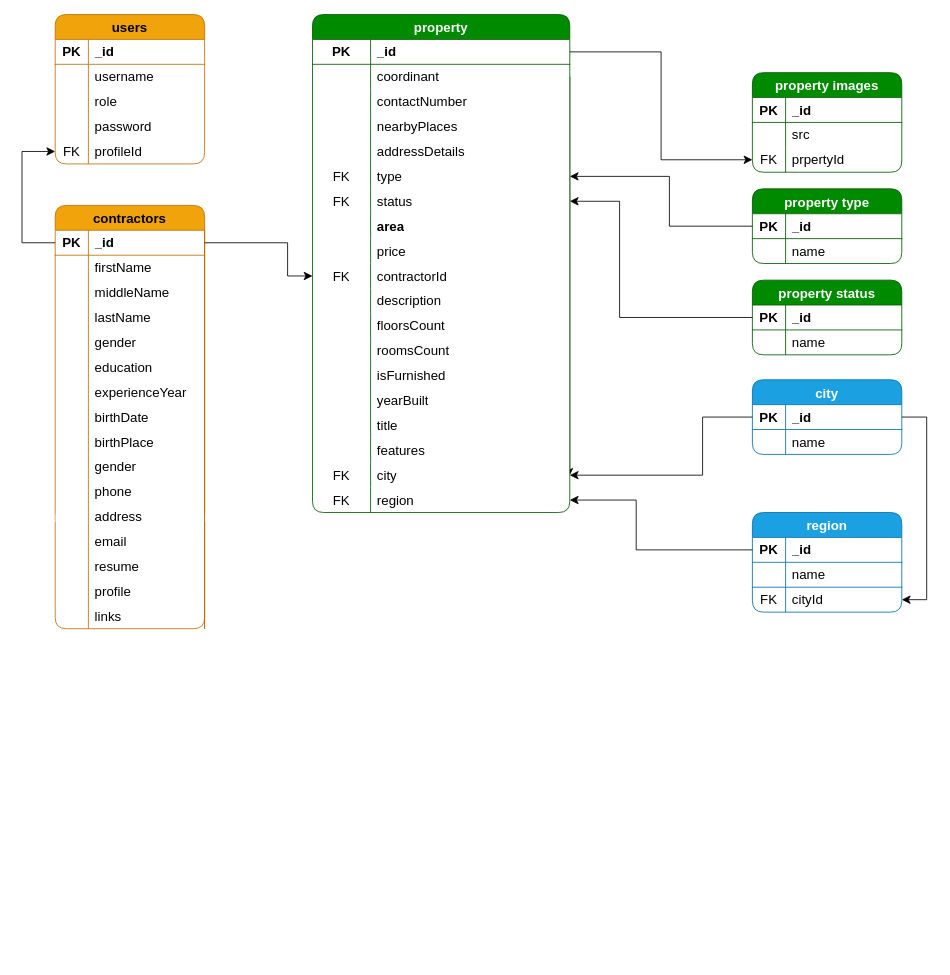
This is ERDS.dio from diyar-direk/real-state-apis, a draw.io file, before an edit. Source tidied: cells renumbered, new cells numbered last; positions are measured from the earlier drawing's top-left corner, leaving out a move shared by most shapes. Both pictures are drawn from the tidied source at 83%, with x=0, y=0 at pixel (22, 14).
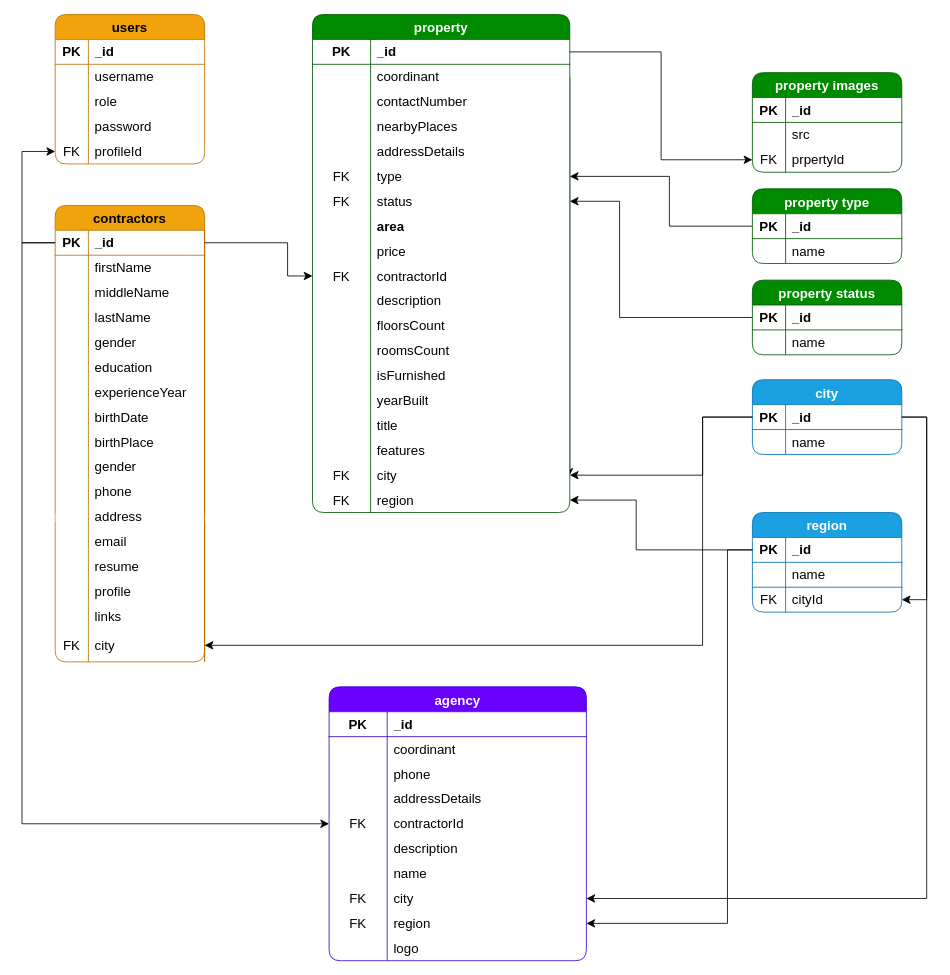
Above is the later version.

The change refers to these unchanged cells:
```xml
<mxCell id="20" style="shape=tableRow;horizontal=0;startSize=0;swimlaneHead=0;swimlaneBody=0;top=0;left=0;bottom=1;right=0;fillColor=none;points=[[0,0.5],[1,0.5]];portConstraint=eastwest;strokeColor=inherit;fontSize=16;absoluteArcSize=0;noLabel=0;" parent="19" vertex="1">
  <mxGeometry y="30" width="180" height="30" as="geometry" />
</mxCell>
<mxCell id="27" style="shape=tableRow;horizontal=0;startSize=0;swimlaneHead=0;swimlaneBody=0;top=0;left=0;bottom=1;right=0;fillColor=none;points=[[0,0.5],[1,0.5]];portConstraint=eastwest;strokeColor=inherit;fontSize=16;absoluteArcSize=0;noLabel=0;" parent="26" vertex="1">
  <mxGeometry y="30" width="180" height="30" as="geometry" />
</mxCell>
<mxCell id="96" style="shape=tableRow;horizontal=0;startSize=0;swimlaneHead=0;swimlaneBody=0;top=0;left=0;bottom=1;right=0;fillColor=none;points=[[0,0.5],[1,0.5]];portConstraint=eastwest;strokeColor=inherit;fontSize=16;absoluteArcSize=0;noLabel=0;" parent="95" vertex="1">
  <mxGeometry y="30" width="180" height="30" as="geometry" />
</mxCell>
```

The edit, as a diff of the source:
```diff
@@
     <mxCell id="95" value="contractors" style="shape=table;startSize=30;childLayout=tableLayout;rowLines=0;fontStyle=1;strokeColor=#BD7000;fontSize=16;fillColor=#f0a30a;swimlaneFillColor=default;rounded=1;swimlaneLine=1;shadow=0;columnLines=1;arcSize=15;fontColor=default;" parent="1" vertex="1">
-      <mxGeometry x="40" y="230" width="180" height="510" as="geometry" />
+      <mxGeometry x="40" y="230" width="180" height="550" as="geometry" />
     </mxCell>
@@
+    <mxCell id="185" style="shape=tableRow;horizontal=0;startSize=0;swimlaneHead=0;swimlaneBody=0;top=0;left=0;bottom=0;right=0;fillColor=none;points=[[0,0.5],[1,0.5]];portConstraint=eastwest;strokeColor=inherit;fontSize=16;" parent="95" vertex="1">
+      <mxGeometry y="510" width="180" height="40" as="geometry" />
+    </mxCell>
+    <mxCell id="186" value="FK" style="shape=partialRectangle;html=1;whiteSpace=wrap;fillColor=none;top=0;left=0;bottom=0;right=0;overflow=hidden;strokeColor=inherit;fontSize=16;" parent="185" vertex="1">
+      <mxGeometry width="40" height="40" as="geometry" />
+    </mxCell>
+    <mxCell id="187" value="city" style="shape=partialRectangle;html=1;whiteSpace=wrap;fillColor=none;top=0;left=0;bottom=0;right=0;align=left;spacingLeft=6;overflow=hidden;strokeColor=inherit;fontSize=16;labelBackgroundColor=none;labelBorderColor=none;textShadow=0;fontStyle=0;" parent="185" vertex="1">
+      <mxGeometry x="40" width="140" height="40" as="geometry" />
+    </mxCell>
+    <mxCell id="188" style="shape=table;startSize=30;childLayout=tableLayout;rowLines=0;fontStyle=1;strokeColor=#B20000;fontSize=16;fillColor=#e51400;swimlaneFillColor=default;rounded=1;swimlaneLine=1;shadow=0;columnLines=1;arcSize=15;fontColor=#ffffff;" parent="185" vertex="1">
+      <mxGeometry x="180" height="40" as="geometry" />
+    </mxCell>
+    <mxCell id="189" style="shape=table;startSize=30;childLayout=tableLayout;rowLines=0;fontStyle=1;strokeColor=#B20000;fontSize=16;fillColor=#e51400;swimlaneFillColor=default;rounded=1;swimlaneLine=1;shadow=0;columnLines=1;arcSize=15;fontColor=#ffffff;" parent="185" vertex="1">
+      <mxGeometry height="40" as="geometry" />
+    </mxCell>
@@
+    <mxCell id="190" style="edgeStyle=segmentEdgeStyle;endArrow=classic;html=1;curved=0;rounded=0;endSize=8;startSize=8;entryX=1;entryY=0.5;entryDx=0;entryDy=0;exitX=0;exitY=0.5;exitDx=0;exitDy=0;" parent="1" edge="1" source="20" target="185">
+      <mxGeometry relative="1" as="geometry">
+        <Array as="points">
+          <mxPoint x="820" y="485" />
+          <mxPoint x="820" y="760" />
+        </Array>
+      </mxGeometry>
+    </mxCell>
+    <mxCell id="191" value="agency" style="shape=table;startSize=30;childLayout=tableLayout;rowLines=0;fontStyle=1;strokeColor=#3700CC;fontSize=16;fillColor=#6a00ff;swimlaneFillColor=default;rounded=1;swimlaneLine=1;shadow=0;columnLines=1;arcSize=15;fontColor=#ffffff;" parent="1" vertex="1">
+      <mxGeometry x="370" y="810" width="310" height="330" as="geometry" />
+    </mxCell>
+    <mxCell id="192" style="shape=tableRow;horizontal=0;startSize=0;swimlaneHead=0;swimlaneBody=0;top=0;left=0;bottom=1;right=0;fillColor=none;strokeColor=inherit;fontSize=16;absoluteArcSize=0;noLabel=0;" parent="191" vertex="1">
+      <mxGeometry y="30" width="310" height="30" as="geometry" />
+    </mxCell>
+    <mxCell id="193" value="&lt;b&gt;PK&lt;/b&gt;" style="shape=partialRectangle;html=1;whiteSpace=wrap;fillColor=none;top=0;left=0;bottom=0;right=0;overflow=hidden;strokeColor=inherit;fontSize=16;" parent="192" vertex="1">
+      <mxGeometry width="70" height="30" as="geometry" />
+    </mxCell>
+    <mxCell id="194" value="&lt;b&gt;_id&lt;/b&gt;" style="shape=partialRectangle;html=1;whiteSpace=wrap;fillColor=none;top=0;left=0;bottom=0;right=0;align=left;spacingLeft=6;overflow=hidden;strokeColor=inherit;fontSize=16;fixDash=0;" parent="192" vertex="1">
+      <mxGeometry x="70" width="240" height="30" as="geometry" />
+    </mxCell>
+    <mxCell id="195" style="shape=tableRow;horizontal=0;startSize=0;swimlaneHead=0;swimlaneBody=0;top=0;left=0;bottom=0;right=0;fillColor=none;strokeColor=inherit;fontSize=16;" parent="191" vertex="1">
+      <mxGeometry y="60" width="310" height="30" as="geometry" />
+    </mxCell>
+    <mxCell id="196" style="shape=partialRectangle;html=1;whiteSpace=wrap;fillColor=none;top=0;left=0;bottom=0;right=0;overflow=hidden;strokeColor=inherit;fontSize=16;" parent="195" vertex="1">
+      <mxGeometry width="70" height="30" as="geometry" />
+    </mxCell>
+    <mxCell id="197" value="&lt;span style=&quot;color: rgb(0, 0, 0);&quot;&gt;coordinant&lt;/span&gt;" style="shape=partialRectangle;html=1;whiteSpace=wrap;fillColor=none;top=0;left=0;bottom=0;right=0;align=left;spacingLeft=6;overflow=hidden;strokeColor=inherit;fontSize=16;" parent="195" vertex="1">
+      <mxGeometry x="70" width="240" height="30" as="geometry" />
+    </mxCell>
+    <mxCell id="198" style="shape=tableRow;horizontal=0;startSize=0;swimlaneHead=0;swimlaneBody=0;top=0;left=0;bottom=0;right=0;fillColor=none;strokeColor=inherit;fontSize=16;" parent="191" vertex="1">
+      <mxGeometry y="90" width="310" height="30" as="geometry" />
+    </mxCell>
+    <mxCell id="199" style="shape=partialRectangle;html=1;whiteSpace=wrap;fillColor=none;top=0;left=0;bottom=0;right=0;overflow=hidden;strokeColor=inherit;fontSize=16;" parent="198" vertex="1">
+      <mxGeometry width="70" height="30" as="geometry" />
+    </mxCell>
+    <mxCell id="200" value="&lt;span style=&quot;color: rgb(0, 0, 0);&quot;&gt;phone&lt;/span&gt;" style="shape=partialRectangle;html=1;whiteSpace=wrap;fillColor=none;top=0;left=0;bottom=0;right=0;align=left;spacingLeft=6;overflow=hidden;strokeColor=inherit;fontSize=16;labelBackgroundColor=none;labelBorderColor=none;textShadow=0;fontStyle=0;" parent="198" vertex="1">
+      <mxGeometry x="70" width="240" height="30" as="geometry" />
+    </mxCell>
+    <mxCell id="201" style="shape=tableRow;horizontal=0;startSize=0;swimlaneHead=0;swimlaneBody=0;top=0;left=0;bottom=0;right=0;fillColor=none;strokeColor=inherit;fontSize=16;" parent="191" vertex="1">
+      <mxGeometry y="120" width="310" height="30" as="geometry" />
+    </mxCell>
+    <mxCell id="202" style="shape=partialRectangle;html=1;whiteSpace=wrap;fillColor=none;top=0;left=0;bottom=0;right=0;overflow=hidden;strokeColor=inherit;fontSize=16;" parent="201" vertex="1">
+      <mxGeometry width="70" height="30" as="geometry" />
+    </mxCell>
+    <mxCell id="203" value="addressDetails" style="shape=partialRectangle;html=1;whiteSpace=wrap;fillColor=none;top=0;left=0;bottom=0;right=0;align=left;spacingLeft=6;overflow=hidden;strokeColor=inherit;fontSize=16;labelBackgroundColor=none;labelBorderColor=none;textShadow=0;fontStyle=0;" parent="201" vertex="1">
+      <mxGeometry x="70" width="240" height="30" as="geometry" />
+    </mxCell>
+    <mxCell id="204" style="shape=tableRow;horizontal=0;startSize=0;swimlaneHead=0;swimlaneBody=0;top=0;left=0;bottom=0;right=0;fillColor=none;points=[[0,0.5],[1,0.5]];portConstraint=eastwest;strokeColor=inherit;fontSize=16;swimlaneFillColor=none;fontColor=#000000;" parent="191" vertex="1">
+      <mxGeometry y="150" width="310" height="30" as="geometry" />
+    </mxCell>
+    <mxCell id="205" value="FK" style="shape=partialRectangle;html=1;whiteSpace=wrap;fillColor=none;top=0;left=0;bottom=0;right=0;overflow=hidden;strokeColor=inherit;fontSize=16;" parent="204" vertex="1">
+      <mxGeometry width="70" height="30" as="geometry" />
+    </mxCell>
+    <mxCell id="206" value="contractorId" style="shape=partialRectangle;html=1;whiteSpace=wrap;fillColor=none;top=0;left=0;bottom=0;right=0;align=left;spacingLeft=6;overflow=hidden;strokeColor=inherit;fontSize=16;labelBackgroundColor=none;labelBorderColor=none;textShadow=0;fontStyle=0;" parent="204" vertex="1">
+      <mxGeometry x="70" width="240" height="30" as="geometry" />
+    </mxCell>
+    <mxCell id="207" style="shape=tableRow;horizontal=0;startSize=0;swimlaneHead=0;swimlaneBody=0;top=0;left=0;bottom=0;right=0;fillColor=none;strokeColor=inherit;fontSize=16;" parent="191" vertex="1">
+      <mxGeometry y="180" width="310" height="30" as="geometry" />
+    </mxCell>
+    <mxCell id="208" style="shape=partialRectangle;html=1;whiteSpace=wrap;fillColor=none;top=0;left=0;bottom=0;right=0;overflow=hidden;strokeColor=inherit;fontSize=16;" parent="207" vertex="1">
+      <mxGeometry width="70" height="30" as="geometry" />
+    </mxCell>
+    <mxCell id="209" value="description" style="shape=partialRectangle;html=1;whiteSpace=wrap;fillColor=none;top=0;left=0;bottom=0;right=0;align=left;spacingLeft=6;overflow=hidden;strokeColor=inherit;fontSize=16;labelBackgroundColor=none;labelBorderColor=none;textShadow=0;fontStyle=0;" parent="207" vertex="1">
+      <mxGeometry x="70" width="240" height="30" as="geometry" />
+    </mxCell>
+    <mxCell id="210" style="shape=tableRow;horizontal=0;startSize=0;swimlaneHead=0;swimlaneBody=0;top=0;left=0;bottom=0;right=0;fillColor=none;strokeColor=inherit;fontSize=16;" parent="191" vertex="1">
+      <mxGeometry y="210" width="310" height="30" as="geometry" />
+    </mxCell>
+    <mxCell id="211" style="shape=partialRectangle;html=1;whiteSpace=wrap;fillColor=none;top=0;left=0;bottom=0;right=0;overflow=hidden;strokeColor=inherit;fontSize=16;" parent="210" vertex="1">
+      <mxGeometry width="70" height="30" as="geometry" />
+    </mxCell>
+    <mxCell id="212" value="name" style="shape=partialRectangle;html=1;whiteSpace=wrap;fillColor=none;top=0;left=0;bottom=0;right=0;align=left;spacingLeft=6;overflow=hidden;strokeColor=inherit;fontSize=16;labelBackgroundColor=none;labelBorderColor=none;textShadow=0;fontStyle=0;" parent="210" vertex="1">
+      <mxGeometry x="70" width="240" height="30" as="geometry" />
+    </mxCell>
+    <mxCell id="213" style="shape=tableRow;horizontal=0;startSize=0;swimlaneHead=0;swimlaneBody=0;top=0;left=0;bottom=0;right=0;fillColor=none;points=[[0,0.5],[1,0.5]];portConstraint=eastwest;strokeColor=inherit;fontSize=16;" parent="191" vertex="1">
+      <mxGeometry y="240" width="310" height="30" as="geometry" />
+    </mxCell>
+    <mxCell id="214" value="FK" style="shape=partialRectangle;html=1;whiteSpace=wrap;fillColor=none;top=0;left=0;bottom=0;right=0;overflow=hidden;strokeColor=inherit;fontSize=16;" parent="213" vertex="1">
+      <mxGeometry width="70" height="30" as="geometry" />
+    </mxCell>
+    <mxCell id="215" value="city" style="shape=partialRectangle;html=1;whiteSpace=wrap;fillColor=none;top=0;left=0;bottom=0;right=0;align=left;spacingLeft=6;overflow=hidden;strokeColor=inherit;fontSize=16;labelBackgroundColor=none;labelBorderColor=none;textShadow=0;fontStyle=0;" parent="213" vertex="1">
+      <mxGeometry x="70" width="240" height="30" as="geometry" />
+    </mxCell>
+    <mxCell id="216" style="shape=tableRow;horizontal=0;startSize=0;swimlaneHead=0;swimlaneBody=0;top=0;left=0;bottom=0;right=0;fillColor=none;points=[[0,0.5],[1,0.5]];portConstraint=eastwest;strokeColor=inherit;fontSize=16;" parent="191" vertex="1">
+      <mxGeometry y="270" width="310" height="30" as="geometry" />
+    </mxCell>
+    <mxCell id="217" value="FK" style="shape=partialRectangle;html=1;whiteSpace=wrap;fillColor=none;top=0;left=0;bottom=0;right=0;overflow=hidden;strokeColor=inherit;fontSize=16;" parent="216" vertex="1">
+      <mxGeometry width="70" height="30" as="geometry" />
+    </mxCell>
+    <mxCell id="218" value="region" style="shape=partialRectangle;html=1;whiteSpace=wrap;fillColor=none;top=0;left=0;bottom=0;right=0;align=left;spacingLeft=6;overflow=hidden;strokeColor=inherit;fontSize=16;labelBackgroundColor=none;labelBorderColor=none;textShadow=0;fontStyle=0;" parent="216" vertex="1">
+      <mxGeometry x="70" width="240" height="30" as="geometry" />
+    </mxCell>
+    <mxCell id="219" style="shape=tableRow;horizontal=0;startSize=0;swimlaneHead=0;swimlaneBody=0;top=0;left=0;bottom=0;right=0;fillColor=none;strokeColor=inherit;fontSize=16;" parent="191" vertex="1">
+      <mxGeometry y="300" width="310" height="30" as="geometry" />
+    </mxCell>
+    <mxCell id="220" style="shape=partialRectangle;html=1;whiteSpace=wrap;fillColor=none;top=0;left=0;bottom=0;right=0;overflow=hidden;strokeColor=inherit;fontSize=16;" parent="219" vertex="1">
+      <mxGeometry width="70" height="30" as="geometry" />
+    </mxCell>
+    <mxCell id="221" value="logo" style="shape=partialRectangle;html=1;whiteSpace=wrap;fillColor=none;top=0;left=0;bottom=0;right=0;align=left;spacingLeft=6;overflow=hidden;strokeColor=inherit;fontSize=16;labelBackgroundColor=none;labelBorderColor=none;textShadow=0;fontStyle=0;" parent="219" vertex="1">
+      <mxGeometry x="70" width="240" height="30" as="geometry" />
+    </mxCell>
+    <mxCell id="222" style="edgeStyle=segmentEdgeStyle;endArrow=classic;html=1;curved=0;rounded=0;endSize=8;startSize=8;exitX=0;exitY=0.5;exitDx=0;exitDy=0;entryX=0;entryY=0.5;entryDx=0;entryDy=0;" parent="1" edge="1" source="96" target="204">
+      <mxGeometry relative="1" as="geometry">
+        <Array as="points">
+          <mxPoint y="275" />
+          <mxPoint y="975" />
+        </Array>
+      </mxGeometry>
+    </mxCell>
+    <mxCell id="223" style="edgeStyle=segmentEdgeStyle;endArrow=classic;html=1;curved=0;rounded=0;endSize=8;startSize=8;exitX=1;exitY=0.5;exitDx=0;exitDy=0;entryX=1;entryY=0.5;entryDx=0;entryDy=0;" parent="1" edge="1" source="20" target="213">
+      <mxGeometry relative="1" as="geometry">
+        <Array as="points">
+          <mxPoint x="1090" y="485" />
+          <mxPoint x="1090" y="1065" />
+        </Array>
+      </mxGeometry>
+    </mxCell>
+    <mxCell id="224" style="edgeStyle=segmentEdgeStyle;endArrow=classic;html=1;curved=0;rounded=0;endSize=8;startSize=8;exitX=0;exitY=0.5;exitDx=0;exitDy=0;entryX=1;entryY=0.5;entryDx=0;entryDy=0;" parent="1" edge="1" source="27" target="216">
+      <mxGeometry relative="1" as="geometry">
+        <Array as="points">
+          <mxPoint x="850" y="645" />
+          <mxPoint x="850" y="1095" />
+        </Array>
+      </mxGeometry>
+    </mxCell>
```
